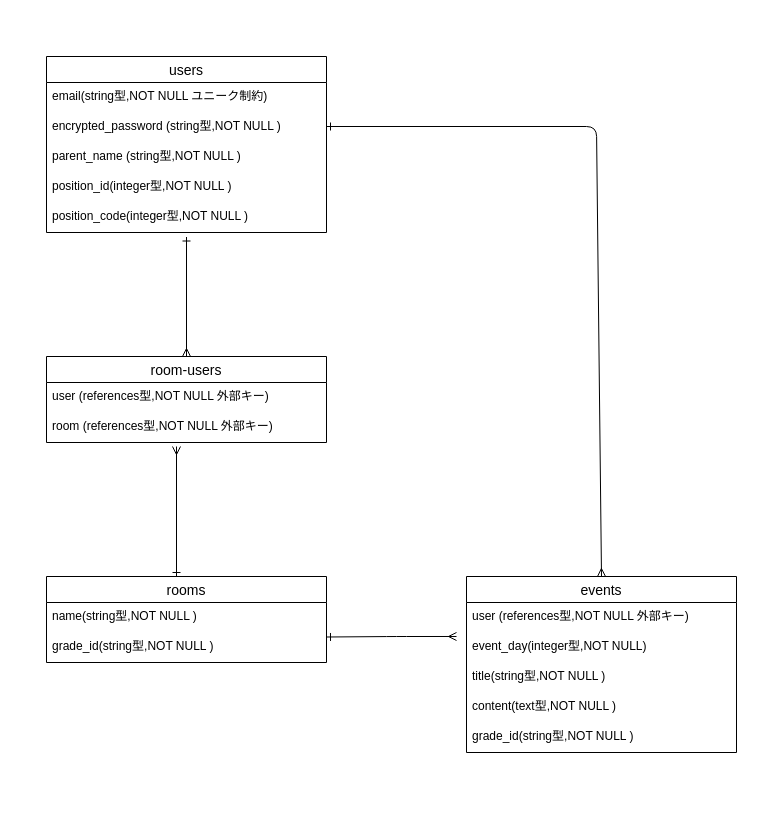
Above: schoolcom.dio in kotalo122/schoolcom (draw.io), before the change. Source tidied: cells renumbered, new cells numbered last; positions are measured from the earlier drawing's top-left corner, leaving out a move shared by most shapes. Both pictures are drawn from the tidied source at 100%, with x=0, y=0 at pixel (46, 56).
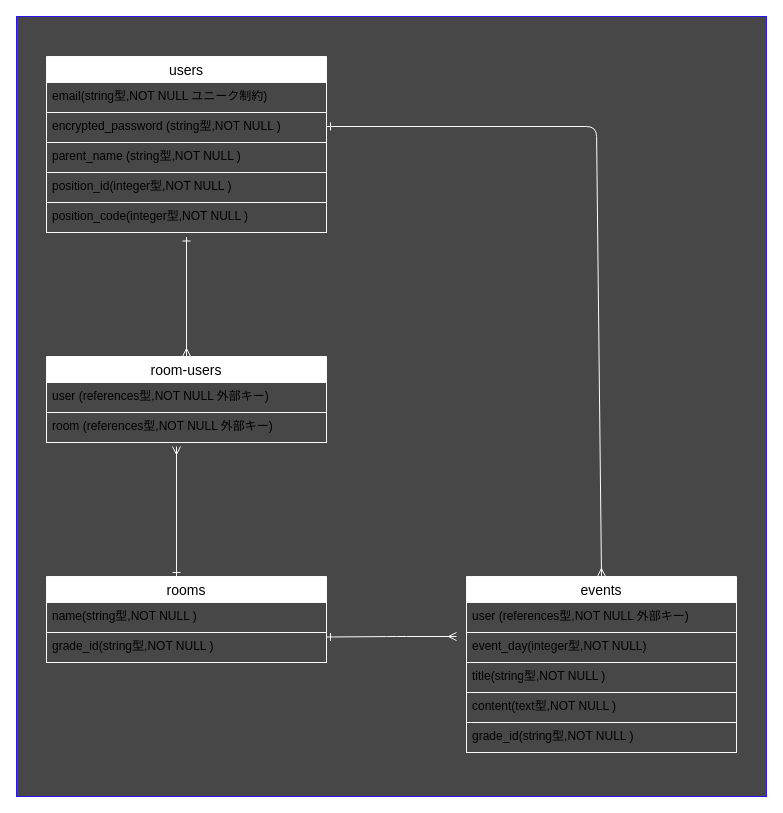
Above is the later version.

Diff of the diagram source:
```diff
@@
+    <mxCell id="24" style="rounded=0;whiteSpace=wrap;html=1;strokeColor=#2B16F0;fillColor=#474747;" parent="1" vertex="1">
+      <mxGeometry x="-30" y="-40" width="750" height="780" as="geometry" />
+    </mxCell>
-    <mxCell id="2" value="users" style="swimlane;fontStyle=0;horizontal=1;startSize=26;align=center;fontSize=14;" parent="1" vertex="1">
+    <mxCell id="2" value="users" style="swimlane;fontStyle=0;horizontal=1;startSize=26;align=center;fontSize=14;strokeColor=#FAFAFA;" parent="1" vertex="1">
       <mxGeometry width="280" height="176" as="geometry" />
     </mxCell>
-    <mxCell id="3" value="email(string型,NOT NULL ユニーク制約)" style="text;strokeColor=none;fillColor=none;spacingLeft=4;spacingRight=4;overflow=hidden;fontSize=12;" parent="2" vertex="1">
+    <mxCell id="3" value="email(string型,NOT NULL ユニーク制約)" style="text;strokeColor=#FAFAFA;fillColor=none;spacingLeft=4;spacingRight=4;overflow=hidden;fontSize=12;" parent="2" vertex="1">
       <mxGeometry y="26" width="280" height="30" as="geometry" />
     </mxCell>
-    <mxCell id="4" value="encrypted_password (string型,NOT NULL )" style="text;strokeColor=none;fillColor=none;spacingLeft=4;spacingRight=4;overflow=hidden;fontSize=12;" parent="2" vertex="1">
+    <mxCell id="4" value="encrypted_password (string型,NOT NULL )" style="text;strokeColor=#FAFAFA;fillColor=none;spacingLeft=4;spacingRight=4;overflow=hidden;fontSize=12;" parent="2" vertex="1">
       <mxGeometry y="56" width="280" height="30" as="geometry" />
     </mxCell>
-    <mxCell id="5" value="parent_name (string型,NOT NULL )" style="text;strokeColor=none;fillColor=none;spacingLeft=4;spacingRight=4;overflow=hidden;fontSize=12;" parent="2" vertex="1">
+    <mxCell id="5" value="parent_name (string型,NOT NULL )" style="text;strokeColor=#FAFAFA;fillColor=none;spacingLeft=4;spacingRight=4;overflow=hidden;fontSize=12;" parent="2" vertex="1">
       <mxGeometry y="86" width="280" height="30" as="geometry" />
     </mxCell>
-    <mxCell id="6" style="html=1;entryX=0.5;entryY=0;entryDx=0;entryDy=0;endArrow=ERmany;endFill=0;startArrow=ERone;startFill=0;" parent="2" edge="1" target="18">
+    <mxCell id="6" style="html=1;entryX=0.5;entryY=0;entryDx=0;entryDy=0;endArrow=ERmany;endFill=0;startArrow=ERone;startFill=0;strokeColor=#FAFAFA;" parent="2" edge="1" target="18">
       <mxGeometry relative="1" as="geometry">
         <mxPoint x="140" y="180.5" as="sourcePoint" />
       </mxGeometry>
     </mxCell>
-    <mxCell id="7" value="position_id(integer型,NOT NULL )" style="text;strokeColor=none;fillColor=none;spacingLeft=4;spacingRight=4;overflow=hidden;fontSize=12;" parent="2" vertex="1">
+    <mxCell id="7" value="position_id(integer型,NOT NULL )" style="text;strokeColor=#FAFAFA;fillColor=none;spacingLeft=4;spacingRight=4;overflow=hidden;fontSize=12;" parent="2" vertex="1">
       <mxGeometry y="116" width="280" height="30" as="geometry" />
     </mxCell>
-    <mxCell id="8" value="position_code(integer型,NOT NULL )" style="text;strokeColor=none;fillColor=none;spacingLeft=4;spacingRight=4;overflow=hidden;fontSize=12;" parent="2" vertex="1">
+    <mxCell id="8" value="position_code(integer型,NOT NULL )" style="text;strokeColor=#FAFAFA;fillColor=none;spacingLeft=4;spacingRight=4;overflow=hidden;fontSize=12;" parent="2" vertex="1">
       <mxGeometry y="146" width="280" height="30" as="geometry" />
     </mxCell>
-    <mxCell id="9" value="rooms" style="swimlane;fontStyle=0;horizontal=1;startSize=26;align=center;fontSize=14;" parent="1" vertex="1">
+    <mxCell id="9" value="rooms" style="swimlane;fontStyle=0;horizontal=1;startSize=26;align=center;fontSize=14;strokeColor=#FAFAFA;" parent="1" vertex="1">
       <mxGeometry y="520" width="280" height="86" as="geometry" />
     </mxCell>
-    <mxCell id="10" value="name(string型,NOT NULL )&#10; " style="text;strokeColor=none;fillColor=none;spacingLeft=4;spacingRight=4;overflow=hidden;fontSize=12;" parent="9" vertex="1">
+    <mxCell id="10" value="name(string型,NOT NULL )&#10; " style="text;strokeColor=#FAFAFA;fillColor=none;spacingLeft=4;spacingRight=4;overflow=hidden;fontSize=12;" parent="9" vertex="1">
       <mxGeometry y="26" width="280" height="30" as="geometry" />
     </mxCell>
-    <mxCell id="11" value="grade_id(string型,NOT NULL )" style="text;strokeColor=none;fillColor=none;spacingLeft=4;spacingRight=4;overflow=hidden;fontSize=12;" parent="9" vertex="1">
+    <mxCell id="11" value="grade_id(string型,NOT NULL )" style="text;strokeColor=#FAFAFA;fillColor=none;spacingLeft=4;spacingRight=4;overflow=hidden;fontSize=12;" parent="9" vertex="1">
       <mxGeometry y="56" width="280" height="30" as="geometry" />
     </mxCell>
-    <mxCell id="12" value="events" style="swimlane;fontStyle=0;horizontal=1;startSize=26;align=center;fontSize=14;" parent="1" vertex="1">
+    <mxCell id="12" value="events" style="swimlane;fontStyle=0;horizontal=1;startSize=26;align=center;fontSize=14;strokeColor=#FAFAFA;" parent="1" vertex="1">
       <mxGeometry x="420" y="520" width="270" height="176" as="geometry" />
     </mxCell>
-    <mxCell id="13" value="user (references型,NOT NULL 外部キー)" style="text;strokeColor=none;fillColor=none;spacingLeft=4;spacingRight=4;overflow=hidden;fontSize=12;" parent="12" vertex="1">
+    <mxCell id="13" value="user (references型,NOT NULL 外部キー)" style="text;strokeColor=#FAFAFA;fillColor=none;spacingLeft=4;spacingRight=4;overflow=hidden;fontSize=12;" parent="12" vertex="1">
       <mxGeometry y="26" width="270" height="30" as="geometry" />
     </mxCell>
-    <mxCell id="14" value="event_day(integer型,NOT NULL)" style="text;strokeColor=none;fillColor=none;spacingLeft=4;spacingRight=4;overflow=hidden;points=[[0,0.5],[1,0.5]];portConstraint=eastwest;fontSize=12;" parent="12" vertex="1">
+    <mxCell id="14" value="event_day(integer型,NOT NULL)" style="text;strokeColor=#FAFAFA;fillColor=none;spacingLeft=4;spacingRight=4;overflow=hidden;points=[[0,0.5],[1,0.5]];portConstraint=eastwest;fontSize=12;" parent="12" vertex="1">
       <mxGeometry y="56" width="270" height="30" as="geometry" />
     </mxCell>
-    <mxCell id="15" value="title(string型,NOT NULL )" style="text;strokeColor=none;fillColor=none;spacingLeft=4;spacingRight=4;overflow=hidden;fontSize=12;" parent="12" vertex="1">
+    <mxCell id="15" value="title(string型,NOT NULL )" style="text;strokeColor=#FAFAFA;fillColor=none;spacingLeft=4;spacingRight=4;overflow=hidden;fontSize=12;" parent="12" vertex="1">
       <mxGeometry y="86" width="270" height="30" as="geometry" />
     </mxCell>
-    <mxCell id="16" value="content(text型,NOT NULL )" style="text;strokeColor=none;fillColor=none;spacingLeft=4;spacingRight=4;overflow=hidden;fontSize=12;" parent="12" vertex="1">
+    <mxCell id="16" value="content(text型,NOT NULL )" style="text;strokeColor=#FAFAFA;fillColor=none;spacingLeft=4;spacingRight=4;overflow=hidden;fontSize=12;" parent="12" vertex="1">
       <mxGeometry y="116" width="270" height="30" as="geometry" />
     </mxCell>
-    <mxCell id="17" value="grade_id(string型,NOT NULL )" style="text;strokeColor=none;fillColor=none;spacingLeft=4;spacingRight=4;overflow=hidden;fontSize=12;" parent="12" vertex="1">
+    <mxCell id="17" value="grade_id(string型,NOT NULL )" style="text;strokeColor=#FAFAFA;fillColor=none;spacingLeft=4;spacingRight=4;overflow=hidden;fontSize=12;" parent="12" vertex="1">
       <mxGeometry y="146" width="270" height="30" as="geometry" />
     </mxCell>
-    <mxCell id="18" value="room-users" style="swimlane;fontStyle=0;horizontal=1;startSize=26;align=center;fontSize=14;" parent="1" vertex="1">
+    <mxCell id="18" value="room-users" style="swimlane;fontStyle=0;horizontal=1;startSize=26;align=center;fontSize=14;strokeColor=#FAFAFA;" parent="1" vertex="1">
       <mxGeometry y="300" width="280" height="86" as="geometry" />
     </mxCell>
-    <mxCell id="19" value="user (references型,NOT NULL 外部キー)" style="text;strokeColor=none;fillColor=none;spacingLeft=4;spacingRight=4;overflow=hidden;fontSize=12;" parent="18" vertex="1">
+    <mxCell id="19" value="user (references型,NOT NULL 外部キー)" style="text;strokeColor=#FAFAFA;fillColor=none;spacingLeft=4;spacingRight=4;overflow=hidden;fontSize=12;" parent="18" vertex="1">
       <mxGeometry y="26" width="280" height="30" as="geometry" />
     </mxCell>
-    <mxCell id="20" value="room (references型,NOT NULL 外部キー)" style="text;strokeColor=none;fillColor=none;spacingLeft=4;spacingRight=4;overflow=hidden;fontSize=12;" parent="18" vertex="1">
+    <mxCell id="20" value="room (references型,NOT NULL 外部キー)" style="text;strokeColor=#FAFAFA;fillColor=none;spacingLeft=4;spacingRight=4;overflow=hidden;fontSize=12;" parent="18" vertex="1">
       <mxGeometry y="56" width="280" height="30" as="geometry" />
     </mxCell>
-    <mxCell id="21" style="html=1;endArrow=ERmany;endFill=0;startArrow=ERone;startFill=0;" parent="1" edge="1">
+    <mxCell id="21" style="html=1;endArrow=ERmany;endFill=0;startArrow=ERone;startFill=0;strokeColor=#FAFAFA;" parent="1" edge="1">
       <mxGeometry relative="1" as="geometry">
         <mxPoint x="130" y="520" as="sourcePoint" />
         <mxPoint x="130" y="390" as="targetPoint" />
       </mxGeometry>
     </mxCell>
-    <mxCell id="22" style="html=1;endArrow=ERmany;endFill=0;startArrow=ERone;startFill=0;entryX=0.5;entryY=0;entryDx=0;entryDy=0;" parent="1" edge="1" target="12">
+    <mxCell id="22" style="html=1;endArrow=ERmany;endFill=0;startArrow=ERone;startFill=0;entryX=0.5;entryY=0;entryDx=0;entryDy=0;strokeColor=#FAFAFA;" parent="1" edge="1" target="12">
       <mxGeometry relative="1" as="geometry">
         <mxPoint x="280" y="70" as="sourcePoint" />
         <Array as="points">
           <mxPoint x="550" y="70" />
         </Array>
       </mxGeometry>
     </mxCell>
-    <mxCell id="23" style="html=1;entryX=-0.037;entryY=0.133;entryDx=0;entryDy=0;endArrow=ERmany;endFill=0;startArrow=ERone;startFill=0;entryPerimeter=0;" parent="1" edge="1" target="14">
+    <mxCell id="23" style="html=1;entryX=-0.037;entryY=0.133;entryDx=0;entryDy=0;endArrow=ERmany;endFill=0;startArrow=ERone;startFill=0;entryPerimeter=0;strokeColor=#FAFAFA;" parent="1" edge="1" target="14">
       <mxGeometry relative="1" as="geometry">
         <mxPoint x="280" y="580.5" as="sourcePoint" />
         <Array as="points">
           <mxPoint x="350" y="580" />
         </Array>
       </mxGeometry>
     </mxCell>
```
